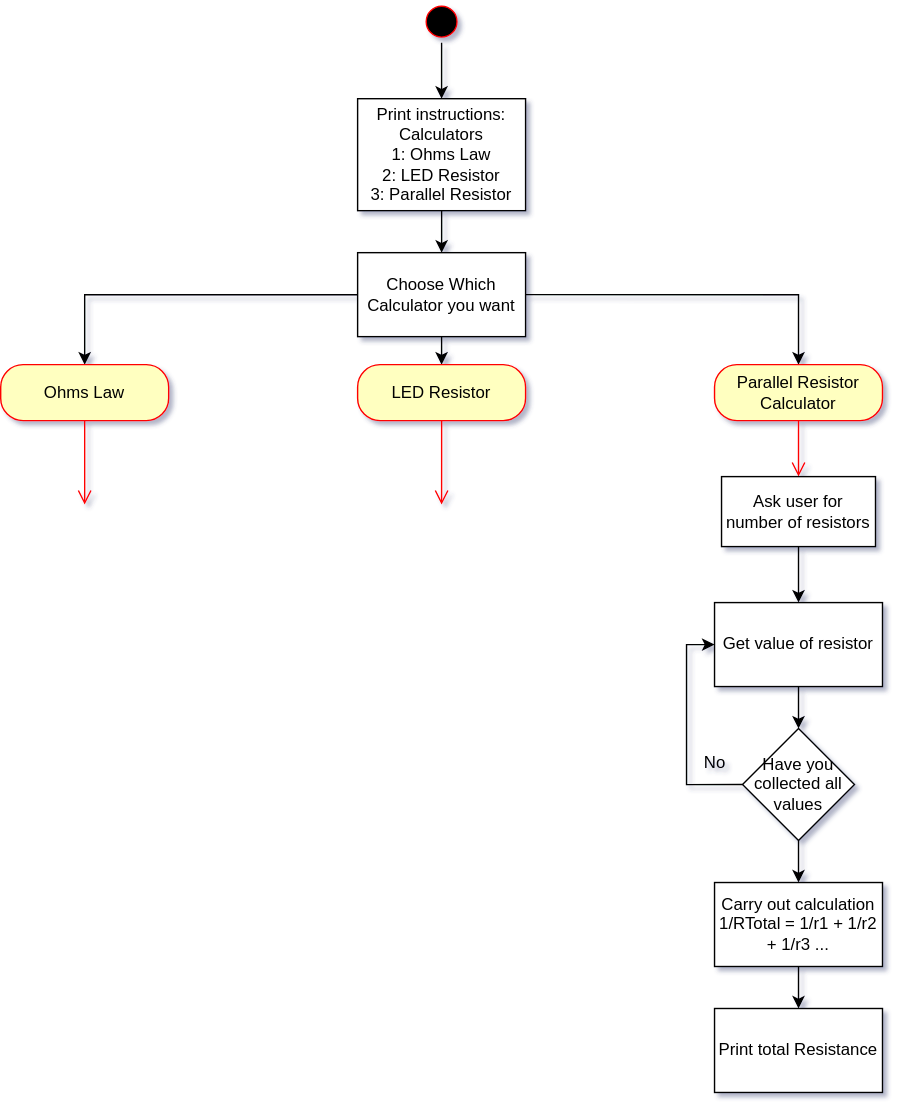
The draw.io diagram Code Folder/engineeringCalc.drawio.svg in JFinnTeacher/PME-Coding-with-Syntax, before a commit. Source tidied: cells renumbered, new cells last; positions are measured from the earlier drawing's top-left corner, leaving out a move shared by most shapes.
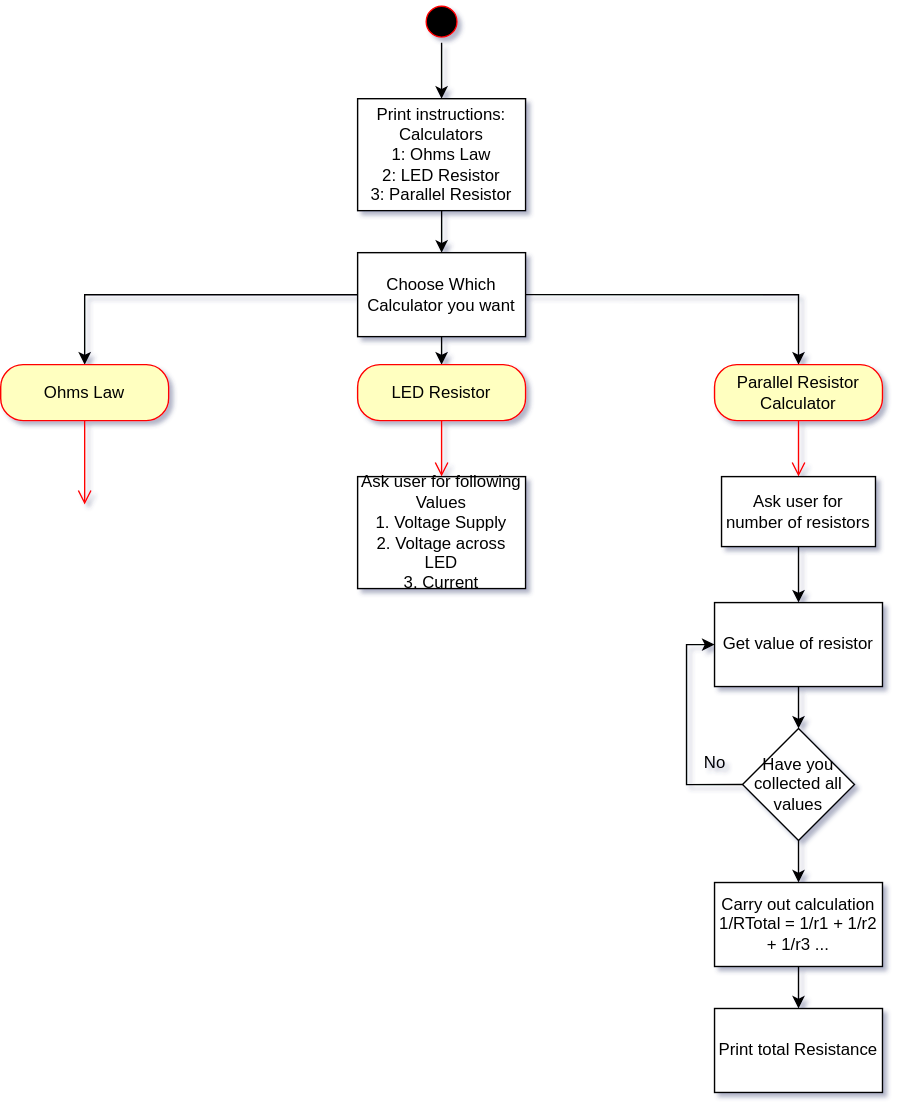
The same diagram one commit later.

Diff of the diagram source:
```diff
@@ -37,10 +37,8 @@
     <mxCell id="12" value="LED Resistor" style="rounded=1;whiteSpace=wrap;html=1;arcSize=40;fontColor=#000000;fillColor=#ffffc0;strokeColor=#ff0000;" parent="1" vertex="1">
       <mxGeometry x="255" y="260" width="120" height="40" as="geometry" />
     </mxCell>
-    <mxCell id="13" style="edgeStyle=orthogonalEdgeStyle;html=1;verticalAlign=bottom;endArrow=open;endSize=8;strokeColor=#ff0000;rounded=0;" parent="1" edge="1" source="12">
-      <mxGeometry relative="1" as="geometry">
-        <mxPoint x="315" y="360" as="targetPoint" />
-      </mxGeometry>
+    <mxCell id="13" style="edgeStyle=orthogonalEdgeStyle;html=1;verticalAlign=bottom;endArrow=open;endSize=8;strokeColor=#ff0000;rounded=0;entryX=0.5;entryY=0;entryDx=0;entryDy=0;" parent="1" edge="1" source="12" target="27">
+      <mxGeometry relative="1" as="geometry" />
     </mxCell>
     <mxCell id="14" value="Parallel Resistor Calculator" style="rounded=1;whiteSpace=wrap;html=1;arcSize=40;fontColor=#000000;fillColor=#ffffc0;strokeColor=#ff0000;" parent="1" vertex="1">
       <mxGeometry x="510" y="260" width="120" height="40" as="geometry" />
@@ -81,5 +79,8 @@
     <mxCell id="26" value="Print total Resistance" style="whiteSpace=wrap;html=1;" parent="1" vertex="1">
       <mxGeometry x="510" y="720" width="120" height="60" as="geometry" />
     </mxCell>
+    <mxCell id="27" value="&lt;div&gt;Ask user for following Values&lt;/div&gt;&lt;div&gt;1. Voltage Supply&lt;/div&gt;&lt;div&gt;2. Voltage across LED&lt;/div&gt;&lt;div&gt;3. Current&lt;br&gt;&lt;/div&gt;" style="whiteSpace=wrap;html=1;" parent="1" vertex="1">
+      <mxGeometry x="255" y="340" width="120" height="80" as="geometry" />
+    </mxCell>
   </root>
 </mxGraphModel>
```
